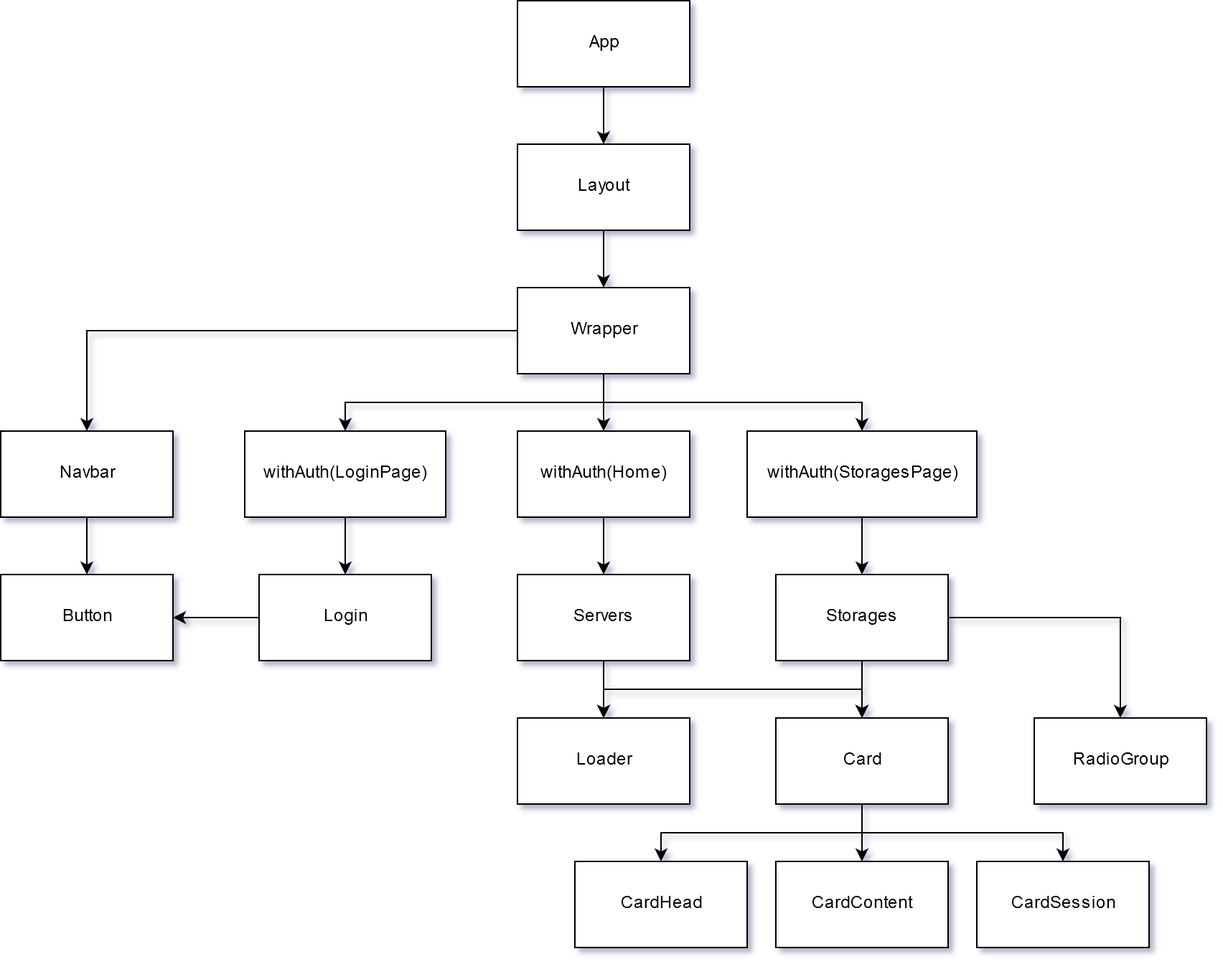
The draw.io diagram ComponentStructure.png in KENJIFAM/uc-app, before a commit. Source tidied: cells renumbered, new cells last; positions are measured from the earlier drawing's top-left corner, leaving out a move shared by most shapes. Its diagram source:
```xml
<mxGraphModel>
  <root>
    <mxCell id="0" />
    <mxCell id="1" parent="0" />
    <mxCell id="2" style="edgeStyle=orthogonalEdgeStyle;rounded=0;jettySize=auto;html=1;exitX=0.5;exitY=1;exitDx=0;exitDy=0;entryX=0.5;entryY=0;entryDx=0;entryDy=0;" parent="1" edge="1" source="3" target="5">
      <mxGeometry relative="1" as="geometry" />
    </mxCell>
    <mxCell id="3" value="App" style="rounded=0;whiteSpace=wrap;html=1;" parent="1" vertex="1">
      <mxGeometry x="360" width="120" height="60" as="geometry" />
    </mxCell>
    <mxCell id="4" style="edgeStyle=orthogonalEdgeStyle;rounded=0;jettySize=auto;html=1;" parent="1" edge="1" source="5" target="16">
      <mxGeometry relative="1" as="geometry" />
    </mxCell>
    <mxCell id="5" value="Layout" style="rounded=0;whiteSpace=wrap;html=1;" parent="1" vertex="1">
      <mxGeometry x="360" y="100" width="120" height="60" as="geometry" />
    </mxCell>
    <mxCell id="6" style="edgeStyle=orthogonalEdgeStyle;rounded=0;jettySize=auto;html=1;" parent="1" edge="1" source="7" target="21">
      <mxGeometry relative="1" as="geometry" />
    </mxCell>
    <mxCell id="7" value="withAuth(LoginPage)" style="rounded=0;whiteSpace=wrap;html=1;" parent="1" vertex="1">
      <mxGeometry x="170" y="300" width="140" height="60" as="geometry" />
    </mxCell>
    <mxCell id="8" style="edgeStyle=orthogonalEdgeStyle;rounded=0;jettySize=auto;html=1;" parent="1" edge="1" source="9" target="24">
      <mxGeometry relative="1" as="geometry" />
    </mxCell>
    <mxCell id="9" value="withAuth(Home)" style="rounded=0;whiteSpace=wrap;html=1;" parent="1" vertex="1">
      <mxGeometry x="360" y="300" width="120" height="60" as="geometry" />
    </mxCell>
    <mxCell id="10" style="edgeStyle=orthogonalEdgeStyle;rounded=0;jettySize=auto;html=1;" parent="1" edge="1" source="11" target="37">
      <mxGeometry relative="1" as="geometry" />
    </mxCell>
    <mxCell id="11" value="withAuth(StoragesPage)" style="rounded=0;whiteSpace=wrap;html=1;" parent="1" vertex="1">
      <mxGeometry x="520" y="300" width="160" height="60" as="geometry" />
    </mxCell>
    <mxCell id="12" style="edgeStyle=orthogonalEdgeStyle;rounded=0;jettySize=auto;html=1;" parent="1" edge="1" source="16" target="18">
      <mxGeometry relative="1" as="geometry" />
    </mxCell>
    <mxCell id="13" style="edgeStyle=orthogonalEdgeStyle;rounded=0;jettySize=auto;html=1;" parent="1" edge="1" source="16" target="9">
      <mxGeometry relative="1" as="geometry">
        <Array as="points">
          <mxPoint x="420" y="280" />
          <mxPoint x="420" y="280" />
        </Array>
      </mxGeometry>
    </mxCell>
    <mxCell id="14" style="edgeStyle=orthogonalEdgeStyle;rounded=0;jettySize=auto;html=1;exitX=0.5;exitY=1;exitDx=0;exitDy=0;entryX=0.5;entryY=0;entryDx=0;entryDy=0;" parent="1" edge="1" source="16" target="7">
      <mxGeometry relative="1" as="geometry" />
    </mxCell>
    <mxCell id="15" style="edgeStyle=orthogonalEdgeStyle;rounded=0;jettySize=auto;html=1;exitX=0.5;exitY=1;exitDx=0;exitDy=0;entryX=0.5;entryY=0;entryDx=0;entryDy=0;" parent="1" edge="1" source="16" target="11">
      <mxGeometry relative="1" as="geometry" />
    </mxCell>
    <mxCell id="16" value="Wrapper" style="rounded=0;whiteSpace=wrap;html=1;" parent="1" vertex="1">
      <mxGeometry x="360" y="200" width="120" height="60" as="geometry" />
    </mxCell>
    <mxCell id="17" style="edgeStyle=orthogonalEdgeStyle;rounded=0;jettySize=auto;html=1;" parent="1" edge="1" source="18" target="19">
      <mxGeometry relative="1" as="geometry" />
    </mxCell>
    <mxCell id="18" value="Navbar" style="rounded=0;whiteSpace=wrap;html=1;" parent="1" vertex="1">
      <mxGeometry y="300" width="120" height="60" as="geometry" />
    </mxCell>
    <mxCell id="19" value="Button" style="rounded=0;whiteSpace=wrap;html=1;" parent="1" vertex="1">
      <mxGeometry y="400" width="120" height="60" as="geometry" />
    </mxCell>
    <mxCell id="20" style="edgeStyle=orthogonalEdgeStyle;rounded=0;jettySize=auto;html=1;entryX=1;entryY=0.5;entryDx=0;entryDy=0;" parent="1" edge="1" source="21" target="19">
      <mxGeometry relative="1" as="geometry" />
    </mxCell>
    <mxCell id="21" value="Login" style="rounded=0;whiteSpace=wrap;html=1;" parent="1" vertex="1">
      <mxGeometry x="180" y="400" width="120" height="60" as="geometry" />
    </mxCell>
    <mxCell id="22" style="edgeStyle=orthogonalEdgeStyle;rounded=0;jettySize=auto;html=1;" parent="1" edge="1" source="24" target="33">
      <mxGeometry relative="1" as="geometry" />
    </mxCell>
    <mxCell id="23" style="edgeStyle=orthogonalEdgeStyle;rounded=0;jettySize=auto;html=1;exitX=0.5;exitY=1;exitDx=0;exitDy=0;entryX=0.5;entryY=0;entryDx=0;entryDy=0;" parent="1" edge="1" source="24" target="28">
      <mxGeometry relative="1" as="geometry" />
    </mxCell>
    <mxCell id="24" value="Servers" style="rounded=0;whiteSpace=wrap;html=1;" parent="1" vertex="1">
      <mxGeometry x="360" y="400" width="120" height="60" as="geometry" />
    </mxCell>
    <mxCell id="25" style="edgeStyle=orthogonalEdgeStyle;rounded=0;jettySize=auto;html=1;" parent="1" edge="1" source="28" target="30">
      <mxGeometry relative="1" as="geometry" />
    </mxCell>
    <mxCell id="26" style="edgeStyle=orthogonalEdgeStyle;rounded=0;jettySize=auto;html=1;exitX=0.5;exitY=1;exitDx=0;exitDy=0;entryX=0.5;entryY=0;entryDx=0;entryDy=0;" parent="1" edge="1" source="28" target="29">
      <mxGeometry relative="1" as="geometry" />
    </mxCell>
    <mxCell id="27" style="edgeStyle=orthogonalEdgeStyle;rounded=0;jettySize=auto;html=1;exitX=0.5;exitY=1;exitDx=0;exitDy=0;" parent="1" edge="1" source="28" target="31">
      <mxGeometry relative="1" as="geometry" />
    </mxCell>
    <mxCell id="28" value="Card" style="rounded=0;whiteSpace=wrap;html=1;" parent="1" vertex="1">
      <mxGeometry x="540" y="500" width="120" height="60" as="geometry" />
    </mxCell>
    <mxCell id="29" value="CardHead" style="rounded=0;whiteSpace=wrap;html=1;" parent="1" vertex="1">
      <mxGeometry x="400" y="600" width="120" height="60" as="geometry" />
    </mxCell>
    <mxCell id="30" value="CardContent" style="rounded=0;whiteSpace=wrap;html=1;" parent="1" vertex="1">
      <mxGeometry x="540" y="600" width="120" height="60" as="geometry" />
    </mxCell>
    <mxCell id="31" value="CardSession" style="rounded=0;whiteSpace=wrap;html=1;" parent="1" vertex="1">
      <mxGeometry x="680" y="600" width="120" height="60" as="geometry" />
    </mxCell>
    <mxCell id="32" value="RadioGroup" style="rounded=0;whiteSpace=wrap;html=1;" parent="1" vertex="1">
      <mxGeometry x="720" y="500" width="120" height="60" as="geometry" />
    </mxCell>
    <mxCell id="33" value="Loader" style="rounded=0;whiteSpace=wrap;html=1;" parent="1" vertex="1">
      <mxGeometry x="360" y="500" width="120" height="60" as="geometry" />
    </mxCell>
    <mxCell id="34" style="edgeStyle=orthogonalEdgeStyle;rounded=0;jettySize=auto;html=1;" parent="1" edge="1" source="37" target="28">
      <mxGeometry relative="1" as="geometry" />
    </mxCell>
    <mxCell id="35" style="edgeStyle=orthogonalEdgeStyle;rounded=0;jettySize=auto;html=1;exitX=0.5;exitY=1;exitDx=0;exitDy=0;entryX=0.5;entryY=0;entryDx=0;entryDy=0;" parent="1" edge="1" source="37" target="33">
      <mxGeometry relative="1" as="geometry" />
    </mxCell>
    <mxCell id="36" style="edgeStyle=orthogonalEdgeStyle;rounded=0;jettySize=auto;html=1;exitX=1;exitY=0.5;exitDx=0;exitDy=0;entryX=0.5;entryY=0;entryDx=0;entryDy=0;" parent="1" edge="1" source="37" target="32">
      <mxGeometry relative="1" as="geometry" />
    </mxCell>
    <mxCell id="37" value="Storages" style="rounded=0;whiteSpace=wrap;html=1;" parent="1" vertex="1">
      <mxGeometry x="540" y="400" width="120" height="60" as="geometry" />
    </mxCell>
  </root>
</mxGraphModel>
```
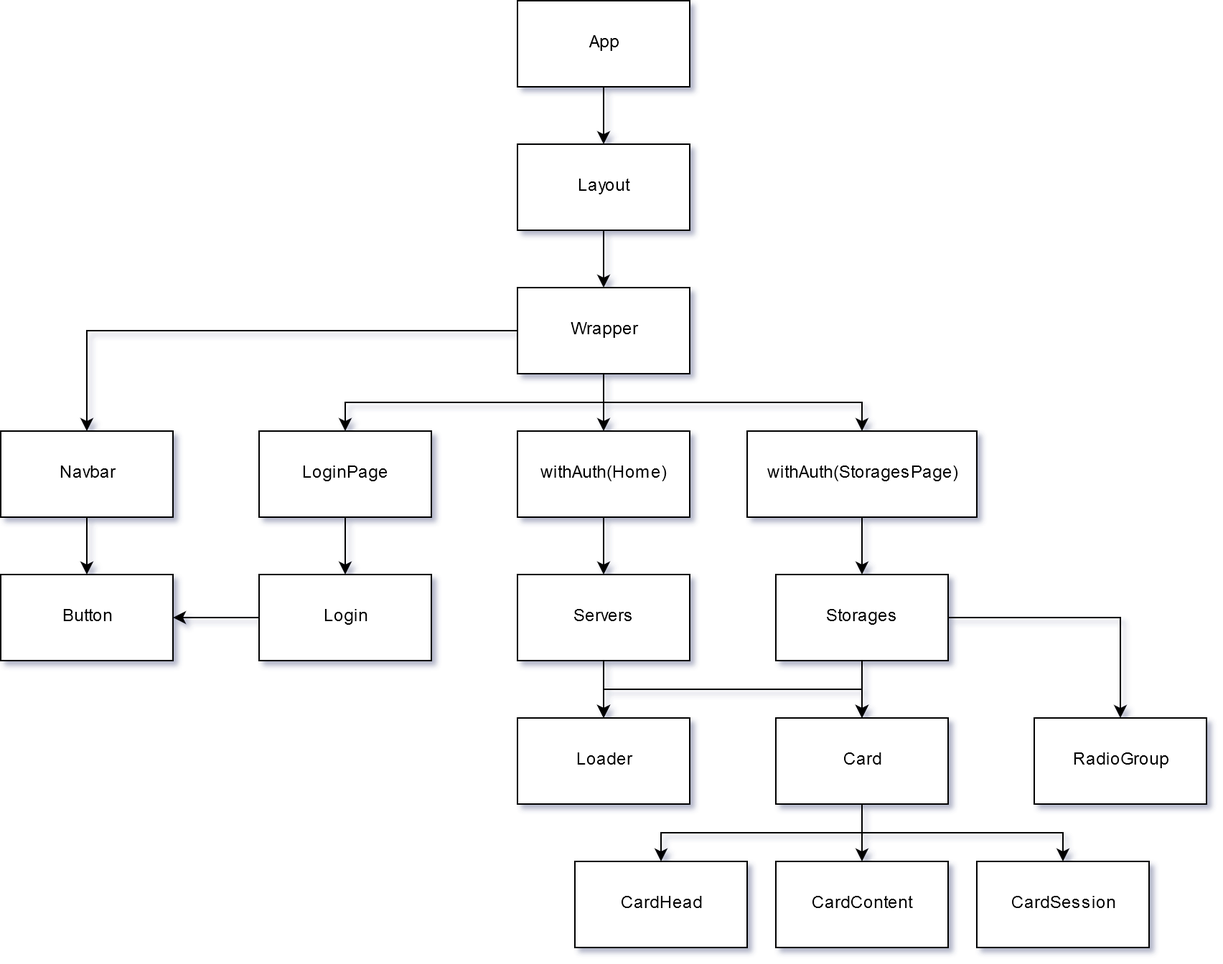
The same diagram one commit later.

Change to the diagram source:
```diff
@@ -17,8 +17,8 @@
     <mxCell id="6" style="edgeStyle=orthogonalEdgeStyle;rounded=0;jettySize=auto;html=1;" parent="1" edge="1" source="7" target="21">
       <mxGeometry relative="1" as="geometry" />
     </mxCell>
-    <mxCell id="7" value="withAuth(LoginPage)" style="rounded=0;whiteSpace=wrap;html=1;" parent="1" vertex="1">
-      <mxGeometry x="170" y="300" width="140" height="60" as="geometry" />
+    <mxCell id="7" value="LoginPage" style="rounded=0;whiteSpace=wrap;html=1;" parent="1" vertex="1">
+      <mxGeometry x="180" y="300" width="120" height="60" as="geometry" />
     </mxCell>
     <mxCell id="8" style="edgeStyle=orthogonalEdgeStyle;rounded=0;jettySize=auto;html=1;" parent="1" edge="1" source="9" target="24">
       <mxGeometry relative="1" as="geometry" />
```
